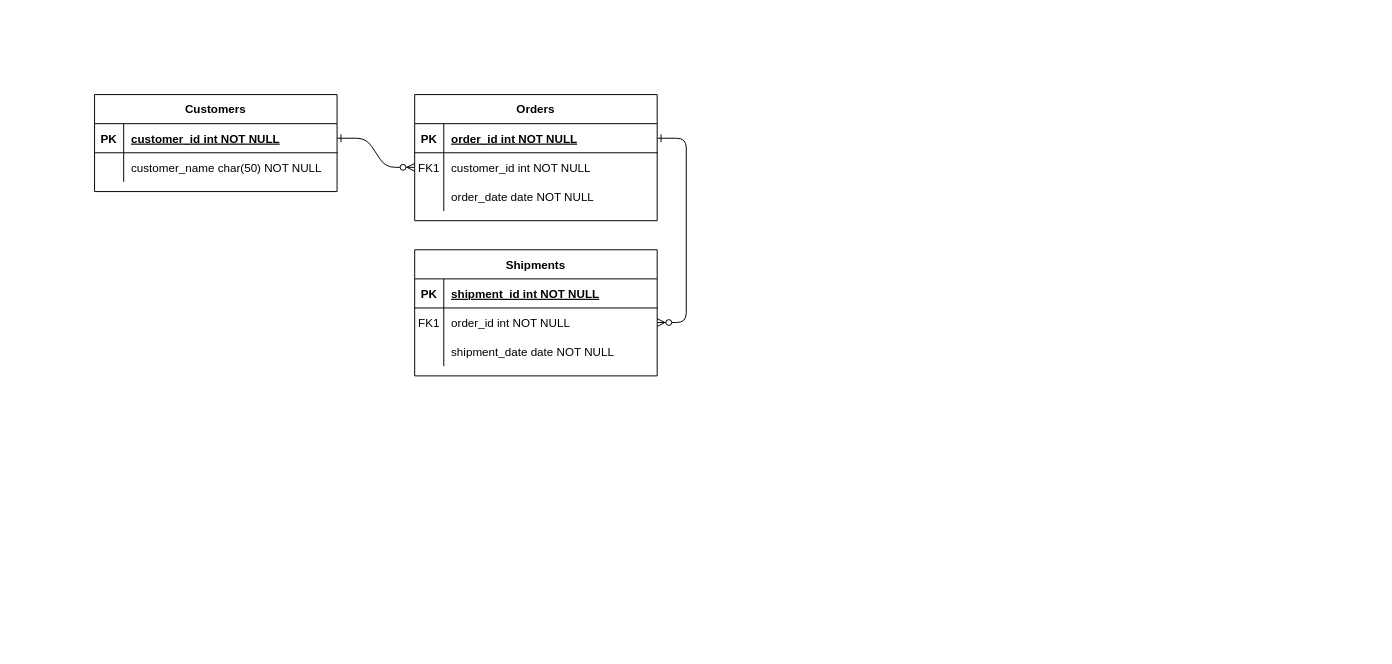
Earlier version of the draw.io diagram Untitled Diagram.drawio (Fernanda-Prado/This-Ptyhon-doesn-t-byte). Source tidied: cells renumbered, new cells numbered last; positions are measured from the earlier drawing's top-left corner, leaving out a move shared by most shapes. Both pictures are drawn from the tidied source at 97%, with x=0, y=0 at pixel (94, 94).
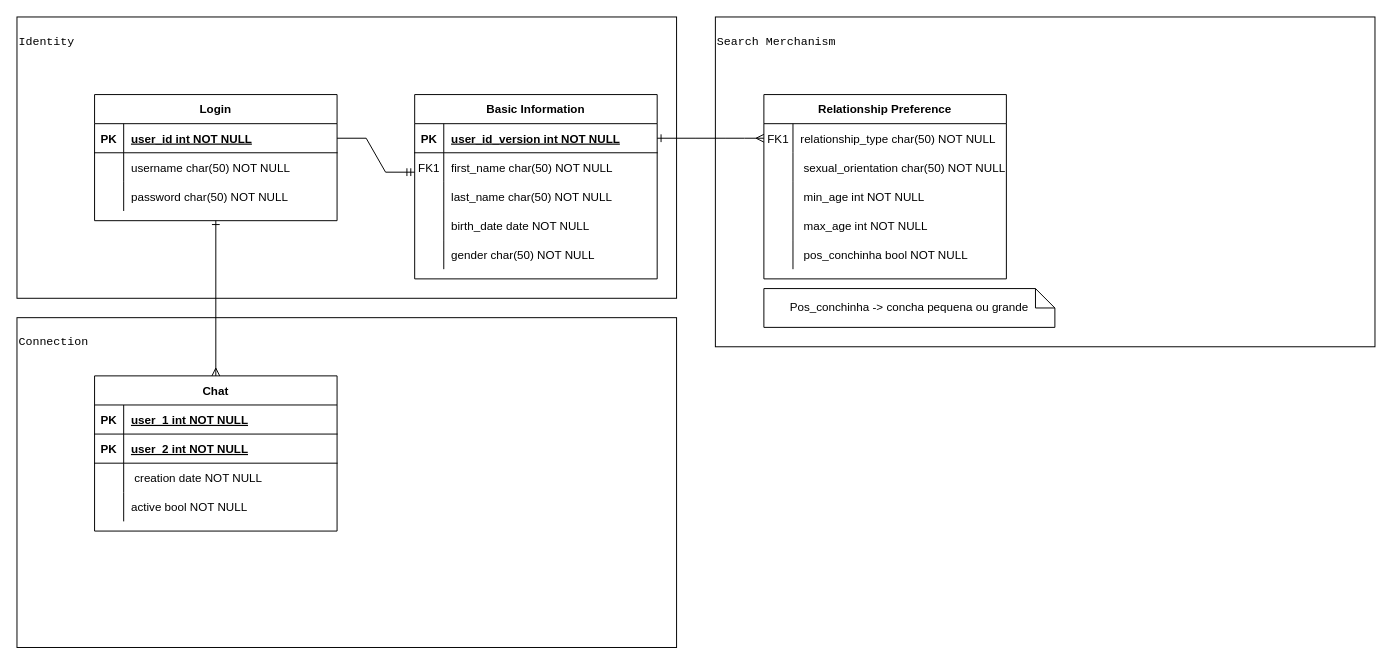
After the change.

The change refers to these unchanged cells:
```xml
<mxCell id="5" style="shape=partialRectangle;fillColor=none;points=[[0,0.5],[1,0.5]];portConstraint=eastwest;top=0;left=0;right=0;bottom=1;" parent="4" vertex="1">
  <mxGeometry y="30" width="250" height="30" as="geometry" />
</mxCell>
<mxCell id="8" style="shape=partialRectangle;fillColor=none;points=[[0,0.5],[1,0.5]];portConstraint=eastwest;top=0;left=0;right=0;bottom=0;" parent="4" vertex="1">
  <mxGeometry y="60" width="250" height="30" as="geometry" />
</mxCell>
<mxCell id="11" style="shape=partialRectangle;fillColor=none;top=0;left=0;right=0;bottom=0;" parent="4" vertex="1">
  <mxGeometry y="90" width="250" height="30" as="geometry" />
</mxCell>
<mxCell id="25" style="shape=partialRectangle;fillColor=none;points=[[0,0.5],[1,0.5]];portConstraint=eastwest;top=0;left=0;right=0;bottom=1;" parent="24" vertex="1">
  <mxGeometry y="30" width="250" height="30" as="geometry" />
</mxCell>
<mxCell id="28" style="shape=partialRectangle;fillColor=none;top=0;left=0;right=0;bottom=0;" parent="24" vertex="1">
  <mxGeometry y="60" width="250" height="30" as="geometry" />
</mxCell>
```

Change to the diagram source:
```diff
@@
-    <mxCell id="2" style="edgeStyle=entityRelationEdgeStyle;endArrow=ERzeroToMany;startArrow=ERone;endFill=1;startFill=0;" parent="1" edge="1" source="25" target="8">
-      <mxGeometry relative="1" as="geometry" />
-    </mxCell>
+    <mxCell id="31" value="&lt;pre&gt;Connection&lt;/pre&gt;" style="whiteSpace=wrap;html=1;align=left;verticalAlign=top;" parent="1" vertex="1">
+      <mxGeometry x="-80" y="230" width="680" height="340" as="geometry" />
+    </mxCell>
+    <mxCell id="32" value="&lt;pre&gt;Search Merchanism&lt;/pre&gt;" style="whiteSpace=wrap;html=1;align=left;verticalAlign=top;" parent="1" vertex="1">
+      <mxGeometry x="640" y="-80" width="680" height="340" as="geometry" />
+    </mxCell>
+    <mxCell id="33" value="&lt;pre&gt;Identity&lt;/pre&gt;" style="whiteSpace=wrap;html=1;align=left;verticalAlign=top;" parent="1" vertex="1">
+      <mxGeometry x="-80" y="-80" width="680" height="290" as="geometry" />
+    </mxCell>
-    <mxCell id="3" style="edgeStyle=entityRelationEdgeStyle;endArrow=ERzeroToMany;startArrow=ERone;endFill=1;startFill=0;" parent="1" edge="1" source="5" target="18">
+    <mxCell id="3" style="edgeStyle=entityRelationEdgeStyle;endArrow=ERmany;startArrow=ERone;endFill=0;startFill=0;exitX=1;exitY=0.5;exitDx=0;exitDy=0;" parent="1" edge="1" source="5" target="18">
       <mxGeometry relative="1" as="geometry" />
     </mxCell>
-    <mxCell id="4" value="Orders" style="shape=table;startSize=30;childLayout=tableLayout;rowLines=0;fontStyle=1;align=center;" parent="1" vertex="1">
-      <mxGeometry x="330" width="250" height="130" as="geometry" />
+    <mxCell id="4" value="Basic Information" style="shape=table;startSize=30;childLayout=tableLayout;rowLines=0;fontStyle=1;align=center;" parent="1" vertex="1">
+      <mxGeometry x="330" width="250" height="190" as="geometry" />
     </mxCell>
@@
-    <mxCell id="7" value="order_id int NOT NULL " style="shape=partialRectangle;overflow=hidden;fillColor=none;top=0;left=0;bottom=0;right=0;align=left;spacingLeft=6;fontStyle=5;" parent="5" vertex="1">
+    <mxCell id="7" value="user_id_version int NOT NULL " style="shape=partialRectangle;overflow=hidden;fillColor=none;top=0;left=0;bottom=0;right=0;align=left;spacingLeft=6;fontStyle=5;" parent="5" vertex="1">
       <mxGeometry x="30" width="220" height="30" as="geometry" />
     </mxCell>
@@
-    <mxCell id="10" value="customer_id int NOT NULL" style="shape=partialRectangle;overflow=hidden;fillColor=none;top=0;left=0;bottom=0;right=0;align=left;spacingLeft=6;" parent="8" vertex="1">
+    <mxCell id="10" value="first_name char(50) NOT NULL" style="shape=partialRectangle;overflow=hidden;fillColor=none;top=0;left=0;bottom=0;right=0;align=left;spacingLeft=6;" parent="8" vertex="1">
       <mxGeometry x="30" width="220" height="30" as="geometry" />
     </mxCell>
@@
-    <mxCell id="13" value="order_date date NOT NULL" style="shape=partialRectangle;overflow=hidden;fillColor=none;top=0;left=0;bottom=0;right=0;align=left;spacingLeft=6;" parent="11" vertex="1">
+    <mxCell id="13" value="last_name char(50) NOT NULL" style="shape=partialRectangle;overflow=hidden;fillColor=none;top=0;left=0;bottom=0;right=0;align=left;spacingLeft=6;" parent="11" vertex="1">
       <mxGeometry x="30" width="220" height="30" as="geometry" />
     </mxCell>
+    <mxCell id="34" style="shape=partialRectangle;fillColor=none;top=0;left=0;right=0;bottom=0;" parent="4" vertex="1">
+      <mxGeometry y="120" width="250" height="30" as="geometry" />
+    </mxCell>
+    <mxCell id="35" style="shape=partialRectangle;overflow=hidden;fillColor=none;top=0;left=0;bottom=0;right=0;" parent="34" vertex="1">
+      <mxGeometry width="30" height="30" as="geometry" />
+    </mxCell>
+    <mxCell id="36" value="birth_date date NOT NULL" style="shape=partialRectangle;overflow=hidden;fillColor=none;top=0;left=0;bottom=0;right=0;align=left;spacingLeft=6;" parent="34" vertex="1">
+      <mxGeometry x="30" width="220" height="30" as="geometry" />
+    </mxCell>
+    <mxCell id="37" style="shape=partialRectangle;fillColor=none;top=0;left=0;right=0;bottom=0;" parent="4" vertex="1">
+      <mxGeometry y="150" width="250" height="30" as="geometry" />
+    </mxCell>
+    <mxCell id="38" style="shape=partialRectangle;overflow=hidden;fillColor=none;top=0;left=0;bottom=0;right=0;" parent="37" vertex="1">
+      <mxGeometry width="30" height="30" as="geometry" />
+    </mxCell>
+    <mxCell id="39" value="gender char(50) NOT NULL" style="shape=partialRectangle;overflow=hidden;fillColor=none;top=0;left=0;bottom=0;right=0;align=left;spacingLeft=6;" parent="37" vertex="1">
+      <mxGeometry x="30" width="220" height="30" as="geometry" />
+    </mxCell>
-    <mxCell id="14" value="Shipments" style="shape=table;startSize=30;childLayout=tableLayout;rowLines=0;fontStyle=1;align=center;" parent="1" vertex="1">
-      <mxGeometry x="330" y="160" width="250" height="130" as="geometry" />
+    <mxCell id="14" value="Relationship Preference" style="shape=table;startSize=30;childLayout=tableLayout;rowLines=0;fontStyle=1;align=center;" parent="1" vertex="1">
+      <mxGeometry x="690" width="250" height="190" as="geometry" />
     </mxCell>
-    <mxCell id="15" style="shape=partialRectangle;fillColor=none;top=0;left=0;right=0;bottom=1;" parent="14" vertex="1">
-      <mxGeometry y="30" width="250" height="30" as="geometry" />
-    </mxCell>
-    <mxCell id="16" value="PK" style="shape=partialRectangle;overflow=hidden;fillColor=none;top=0;left=0;bottom=0;right=0;fontStyle=1;" parent="15" vertex="1">
-      <mxGeometry width="30" height="30" as="geometry" />
-    </mxCell>
-    <mxCell id="17" value="shipment_id int NOT NULL " style="shape=partialRectangle;overflow=hidden;fillColor=none;top=0;left=0;bottom=0;right=0;align=left;spacingLeft=6;fontStyle=5;" parent="15" vertex="1">
-      <mxGeometry x="30" width="220" height="30" as="geometry" />
-    </mxCell>
     <mxCell id="18" style="shape=partialRectangle;fillColor=none;points=[[0,0.5],[1,0.5]];portConstraint=eastwest;top=0;left=0;right=0;bottom=0;" parent="14" vertex="1">
-      <mxGeometry y="60" width="250" height="30" as="geometry" />
+      <mxGeometry y="30" width="250" height="30" as="geometry" />
     </mxCell>
@@
-    <mxCell id="20" value="order_id int NOT NULL" style="shape=partialRectangle;overflow=hidden;fillColor=none;top=0;left=0;bottom=0;right=0;align=left;spacingLeft=6;" parent="18" vertex="1">
+    <mxCell id="20" value="relationship_type char(50) NOT NULL" style="shape=partialRectangle;overflow=hidden;fillColor=none;top=0;left=0;bottom=0;right=0;align=left;spacingLeft=6;" parent="18" vertex="1">
       <mxGeometry x="30" width="220" height="30" as="geometry" />
     </mxCell>
     <mxCell id="21" style="shape=partialRectangle;fillColor=none;top=0;left=0;right=0;bottom=0;" parent="14" vertex="1">
-      <mxGeometry y="90" width="250" height="30" as="geometry" />
+      <mxGeometry y="60" width="250" height="30" as="geometry" />
     </mxCell>
@@
-    <mxCell id="23" value="shipment_date date NOT NULL" style="shape=partialRectangle;overflow=hidden;fillColor=none;top=0;left=0;bottom=0;right=0;align=left;spacingLeft=6;" parent="21" vertex="1">
+    <mxCell id="23" value=" sexual_orientation char(50) NOT NULL" style="shape=partialRectangle;overflow=hidden;fillColor=none;top=0;left=0;bottom=0;right=0;align=left;spacingLeft=6;" parent="21" vertex="1">
       <mxGeometry x="30" width="220" height="30" as="geometry" />
     </mxCell>
+    <mxCell id="40" style="shape=partialRectangle;fillColor=none;top=0;left=0;right=0;bottom=0;" parent="14" vertex="1">
+      <mxGeometry y="90" width="250" height="30" as="geometry" />
+    </mxCell>
+    <mxCell id="41" style="shape=partialRectangle;overflow=hidden;fillColor=none;top=0;left=0;bottom=0;right=0;" parent="40" vertex="1">
+      <mxGeometry width="30" height="30" as="geometry" />
+    </mxCell>
+    <mxCell id="42" value=" min_age int NOT NULL" style="shape=partialRectangle;overflow=hidden;fillColor=none;top=0;left=0;bottom=0;right=0;align=left;spacingLeft=6;" parent="40" vertex="1">
+      <mxGeometry x="30" width="220" height="30" as="geometry" />
+    </mxCell>
+    <mxCell id="43" style="shape=partialRectangle;fillColor=none;top=0;left=0;right=0;bottom=0;" parent="14" vertex="1">
+      <mxGeometry y="120" width="250" height="30" as="geometry" />
+    </mxCell>
+    <mxCell id="44" style="shape=partialRectangle;overflow=hidden;fillColor=none;top=0;left=0;bottom=0;right=0;" parent="43" vertex="1">
+      <mxGeometry width="30" height="30" as="geometry" />
+    </mxCell>
+    <mxCell id="45" value=" max_age int NOT NULL" style="shape=partialRectangle;overflow=hidden;fillColor=none;top=0;left=0;bottom=0;right=0;align=left;spacingLeft=6;" parent="43" vertex="1">
+      <mxGeometry x="30" width="220" height="30" as="geometry" />
+    </mxCell>
+    <mxCell id="46" style="shape=partialRectangle;fillColor=none;top=0;left=0;right=0;bottom=0;" parent="14" vertex="1">
+      <mxGeometry y="150" width="250" height="30" as="geometry" />
+    </mxCell>
+    <mxCell id="47" style="shape=partialRectangle;overflow=hidden;fillColor=none;top=0;left=0;bottom=0;right=0;" parent="46" vertex="1">
+      <mxGeometry width="30" height="30" as="geometry" />
+    </mxCell>
+    <mxCell id="48" value=" pos_conchinha bool NOT NULL" style="shape=partialRectangle;overflow=hidden;fillColor=none;top=0;left=0;bottom=0;right=0;align=left;spacingLeft=6;" parent="46" vertex="1">
+      <mxGeometry x="30" width="220" height="30" as="geometry" />
+    </mxCell>
+    <mxCell id="49" style="edgeStyle=orthogonalEdgeStyle;rounded=0;jettySize=auto;html=1;startArrow=ERone;startFill=0;endArrow=ERmany;endFill=0;" parent="1" edge="1" source="24" target="55">
+      <mxGeometry relative="1" as="geometry" />
+    </mxCell>
-    <mxCell id="24" value="Customers" style="shape=table;startSize=30;childLayout=tableLayout;rowLines=0;fontStyle=1;align=center;" parent="1" vertex="1">
-      <mxGeometry width="250" height="100" as="geometry" />
+    <mxCell id="24" value="Login" style="shape=table;startSize=30;childLayout=tableLayout;rowLines=0;fontStyle=1;align=center;" parent="1" vertex="1">
+      <mxGeometry width="250" height="130" as="geometry" />
     </mxCell>
@@
-    <mxCell id="27" value="customer_id int NOT NULL " style="shape=partialRectangle;overflow=hidden;fillColor=none;top=0;left=0;bottom=0;right=0;align=left;spacingLeft=6;fontStyle=5;" parent="25" vertex="1">
+    <mxCell id="27" value="user_id int NOT NULL " style="shape=partialRectangle;overflow=hidden;fillColor=none;top=0;left=0;bottom=0;right=0;align=left;spacingLeft=6;fontStyle=5;" parent="25" vertex="1">
       <mxGeometry x="30" width="220" height="30" as="geometry" />
     </mxCell>
@@
-    <mxCell id="30" value="customer_name char(50) NOT NULL" style="shape=partialRectangle;overflow=hidden;fillColor=none;top=0;left=0;bottom=0;right=0;align=left;spacingLeft=6;" parent="28" vertex="1">
+    <mxCell id="30" value="username char(50) NOT NULL" style="shape=partialRectangle;overflow=hidden;fillColor=none;top=0;left=0;bottom=0;right=0;align=left;spacingLeft=6;" parent="28" vertex="1">
       <mxGeometry x="30" width="220" height="30" as="geometry" />
     </mxCell>
+    <mxCell id="50" style="shape=partialRectangle;fillColor=none;top=0;left=0;right=0;bottom=0;" parent="24" vertex="1">
+      <mxGeometry y="90" width="250" height="30" as="geometry" />
+    </mxCell>
+    <mxCell id="51" style="shape=partialRectangle;overflow=hidden;fillColor=none;top=0;left=0;bottom=0;right=0;" parent="50" vertex="1">
+      <mxGeometry width="30" height="30" as="geometry" />
+    </mxCell>
+    <mxCell id="52" value="password char(50) NOT NULL" style="shape=partialRectangle;overflow=hidden;fillColor=none;top=0;left=0;bottom=0;right=0;align=left;spacingLeft=6;" parent="50" vertex="1">
+      <mxGeometry x="30" width="220" height="30" as="geometry" />
+    </mxCell>
+    <mxCell id="53" style="edgeStyle=entityRelationEdgeStyle;fontSize=12;html=1;endArrow=ERmandOne;rounded=0;exitX=1;exitY=0.5;exitDx=0;exitDy=0;" parent="1" edge="1" source="25">
+      <mxGeometry relative="1" as="geometry">
+        <mxPoint x="330" y="80" as="targetPoint" />
+      </mxGeometry>
+    </mxCell>
+    <mxCell id="54" value="Pos_conchinha -&amp;gt; concha pequena ou grande" style="shape=note;size=20;whiteSpace=wrap;html=1;" parent="1" vertex="1">
+      <mxGeometry x="690" y="200" width="300" height="40" as="geometry" />
+    </mxCell>
+    <mxCell id="55" value="Chat" style="shape=table;startSize=30;childLayout=tableLayout;rowLines=0;fontStyle=1;align=center;" parent="1" vertex="1">
+      <mxGeometry y="290" width="250" height="160" as="geometry" />
+    </mxCell>
+    <mxCell id="15" style="shape=partialRectangle;fillColor=none;top=0;left=0;right=0;bottom=1;" parent="55" vertex="1">
+      <mxGeometry y="30" width="250" height="30" as="geometry" />
+    </mxCell>
+    <mxCell id="56" value="PK" style="shape=partialRectangle;overflow=hidden;fillColor=none;top=0;left=0;bottom=0;right=0;fontStyle=1;" parent="15" vertex="1">
+      <mxGeometry width="30" height="30" as="geometry" />
+    </mxCell>
+    <mxCell id="57" value="user_1 int NOT NULL " style="shape=partialRectangle;overflow=hidden;fillColor=none;top=0;left=0;bottom=0;right=0;align=left;spacingLeft=6;fontStyle=5;" parent="15" vertex="1">
+      <mxGeometry x="30" width="220" height="30" as="geometry" />
+    </mxCell>
+    <mxCell id="58" style="shape=partialRectangle;fillColor=none;top=0;left=0;right=0;bottom=1;" parent="55" vertex="1">
+      <mxGeometry y="60" width="250" height="30" as="geometry" />
+    </mxCell>
+    <mxCell id="59" value="PK" style="shape=partialRectangle;overflow=hidden;fillColor=none;top=0;left=0;bottom=0;right=0;fontStyle=1;" parent="58" vertex="1">
+      <mxGeometry width="30" height="30" as="geometry" />
+    </mxCell>
+    <mxCell id="60" value="user_2 int NOT NULL " style="shape=partialRectangle;overflow=hidden;fillColor=none;top=0;left=0;bottom=0;right=0;align=left;spacingLeft=6;fontStyle=5;" parent="58" vertex="1">
+      <mxGeometry x="30" width="220" height="30" as="geometry" />
+    </mxCell>
+    <mxCell id="61" style="shape=partialRectangle;fillColor=none;top=0;left=0;right=0;bottom=0;" parent="55" vertex="1">
+      <mxGeometry y="90" width="250" height="30" as="geometry" />
+    </mxCell>
+    <mxCell id="62" style="shape=partialRectangle;overflow=hidden;fillColor=none;top=0;left=0;bottom=0;right=0;" parent="61" vertex="1">
+      <mxGeometry width="30" height="30" as="geometry" />
+    </mxCell>
+    <mxCell id="63" value=" creation date NOT NULL" style="shape=partialRectangle;overflow=hidden;fillColor=none;top=0;left=0;bottom=0;right=0;align=left;spacingLeft=6;" parent="61" vertex="1">
+      <mxGeometry x="30" width="220" height="30" as="geometry" />
+    </mxCell>
+    <mxCell id="64" style="shape=partialRectangle;fillColor=none;top=0;left=0;right=0;bottom=0;" parent="55" vertex="1">
+      <mxGeometry y="120" width="250" height="30" as="geometry" />
+    </mxCell>
+    <mxCell id="65" style="shape=partialRectangle;overflow=hidden;fillColor=none;top=0;left=0;bottom=0;right=0;" parent="64" vertex="1">
+      <mxGeometry width="30" height="30" as="geometry" />
+    </mxCell>
+    <mxCell id="66" value="active bool NOT NULL" style="shape=partialRectangle;overflow=hidden;fillColor=none;top=0;left=0;bottom=0;right=0;align=left;spacingLeft=6;" parent="64" vertex="1">
+      <mxGeometry x="30" width="220" height="30" as="geometry" />
+    </mxCell>
```
